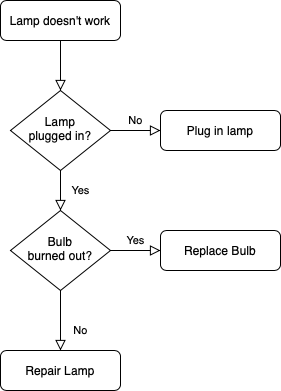
Before: To-Do App FlowChart.drawio.png, a diagram exported from draw.io (imaneya/clush-todo-frontend). Source tidied: cells renumbered, new cells last; positions are measured from the earlier drawing's top-left corner, leaving out a move shared by most shapes. The source it was exported from:
```xml
<mxGraphModel>
  <root>
    <mxCell id="0" />
    <mxCell id="1" parent="0" />
    <mxCell id="2" style="rounded=0;html=1;jettySize=auto;fontSize=11;endArrow=block;endFill=0;endSize=8;strokeWidth=1;shadow=0;labelBackgroundColor=none;edgeStyle=orthogonalEdgeStyle;" parent="1" edge="1" source="3" target="6">
      <mxGeometry relative="1" as="geometry" />
    </mxCell>
    <mxCell id="3" value="Lamp doesn't work" style="rounded=1;whiteSpace=wrap;html=1;fontSize=12;glass=0;strokeWidth=1;shadow=0;" parent="1" vertex="1">
      <mxGeometry width="120" height="40" as="geometry" />
    </mxCell>
    <mxCell id="4" value="Yes" style="rounded=0;html=1;jettySize=auto;fontSize=11;endArrow=block;endFill=0;endSize=8;strokeWidth=1;shadow=0;labelBackgroundColor=none;edgeStyle=orthogonalEdgeStyle;" parent="1" edge="1" source="6" target="10">
      <mxGeometry y="20" relative="1" as="geometry" />
    </mxCell>
    <mxCell id="5" value="No" style="edgeStyle=orthogonalEdgeStyle;rounded=0;html=1;jettySize=auto;fontSize=11;endArrow=block;endFill=0;endSize=8;strokeWidth=1;shadow=0;labelBackgroundColor=none;" parent="1" edge="1" source="6" target="7">
      <mxGeometry y="10" relative="1" as="geometry" />
    </mxCell>
    <mxCell id="6" value="Lamp&lt;br&gt;plugged in?" style="rhombus;whiteSpace=wrap;html=1;shadow=0;fontFamily=Helvetica;fontSize=12;align=center;strokeWidth=1;spacing=6;spacingTop=-4;" parent="1" vertex="1">
      <mxGeometry x="10" y="90" width="100" height="80" as="geometry" />
    </mxCell>
    <mxCell id="7" value="Plug in lamp" style="rounded=1;whiteSpace=wrap;html=1;fontSize=12;glass=0;strokeWidth=1;shadow=0;" parent="1" vertex="1">
      <mxGeometry x="160" y="110" width="120" height="40" as="geometry" />
    </mxCell>
    <mxCell id="8" value="No" style="rounded=0;html=1;jettySize=auto;fontSize=11;endArrow=block;endFill=0;endSize=8;strokeWidth=1;shadow=0;labelBackgroundColor=none;edgeStyle=orthogonalEdgeStyle;" parent="1" edge="1" source="10" target="11">
      <mxGeometry x="0.33" y="20" relative="1" as="geometry" />
    </mxCell>
    <mxCell id="9" value="Yes" style="edgeStyle=orthogonalEdgeStyle;rounded=0;html=1;jettySize=auto;fontSize=11;endArrow=block;endFill=0;endSize=8;strokeWidth=1;shadow=0;labelBackgroundColor=none;" parent="1" edge="1" source="10" target="12">
      <mxGeometry y="10" relative="1" as="geometry" />
    </mxCell>
    <mxCell id="10" value="Bulb&lt;br&gt;burned out?" style="rhombus;whiteSpace=wrap;html=1;shadow=0;fontFamily=Helvetica;fontSize=12;align=center;strokeWidth=1;spacing=6;spacingTop=-4;" parent="1" vertex="1">
      <mxGeometry x="10" y="210" width="100" height="80" as="geometry" />
    </mxCell>
    <mxCell id="11" value="Repair Lamp" style="rounded=1;whiteSpace=wrap;html=1;fontSize=12;glass=0;strokeWidth=1;shadow=0;" parent="1" vertex="1">
      <mxGeometry y="350" width="120" height="40" as="geometry" />
    </mxCell>
    <mxCell id="12" value="Replace Bulb" style="rounded=1;whiteSpace=wrap;html=1;fontSize=12;glass=0;strokeWidth=1;shadow=0;" parent="1" vertex="1">
      <mxGeometry x="160" y="230" width="120" height="40" as="geometry" />
    </mxCell>
  </root>
</mxGraphModel>
```
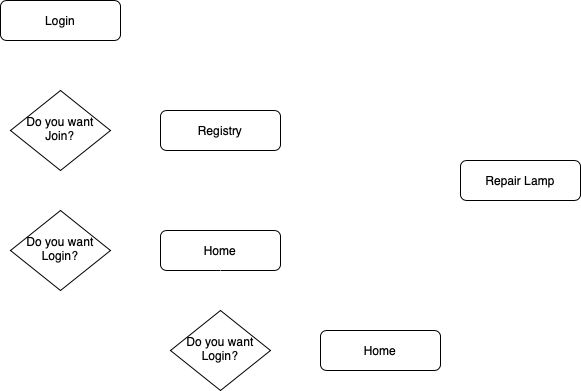
Above is the later version.

Diff of the diagram source:
```diff
@@ -1,39 +1,55 @@
-<mxGraphModel>
+<mxGraphModel background="#ffffff">
   <root>
     <mxCell id="0" />
     <mxCell id="1" parent="0" />
-    <mxCell id="2" style="rounded=0;html=1;jettySize=auto;fontSize=11;endArrow=block;endFill=0;endSize=8;strokeWidth=1;shadow=0;labelBackgroundColor=none;edgeStyle=orthogonalEdgeStyle;" parent="1" edge="1" source="3" target="6">
+    <mxCell id="2" style="rounded=0;html=1;jettySize=auto;fontSize=11;endArrow=block;endFill=0;endSize=8;strokeWidth=1;shadow=0;labelBackgroundColor=none;edgeStyle=orthogonalEdgeStyle;fontColor=#FFFFFF;strokeColor=#FFFFFF;" parent="1" edge="1" source="3" target="6">
       <mxGeometry relative="1" as="geometry" />
     </mxCell>
-    <mxCell id="3" value="Lamp doesn't work" style="rounded=1;whiteSpace=wrap;html=1;fontSize=12;glass=0;strokeWidth=1;shadow=0;" parent="1" vertex="1">
+    <mxCell id="3" value="Login" style="rounded=1;whiteSpace=wrap;html=1;fontSize=12;glass=0;strokeWidth=1;shadow=0;" parent="1" vertex="1">
       <mxGeometry width="120" height="40" as="geometry" />
     </mxCell>
-    <mxCell id="4" value="Yes" style="rounded=0;html=1;jettySize=auto;fontSize=11;endArrow=block;endFill=0;endSize=8;strokeWidth=1;shadow=0;labelBackgroundColor=none;edgeStyle=orthogonalEdgeStyle;" parent="1" edge="1" source="6" target="10">
+    <mxCell id="4" value="Yes" style="rounded=0;html=1;jettySize=auto;fontSize=11;endArrow=block;endFill=0;endSize=8;strokeWidth=1;shadow=0;labelBackgroundColor=none;edgeStyle=orthogonalEdgeStyle;fontColor=#FFFFFF;strokeColor=#FFFFFF;" parent="1" edge="1" source="6" target="10">
       <mxGeometry y="20" relative="1" as="geometry" />
     </mxCell>
-    <mxCell id="5" value="No" style="edgeStyle=orthogonalEdgeStyle;rounded=0;html=1;jettySize=auto;fontSize=11;endArrow=block;endFill=0;endSize=8;strokeWidth=1;shadow=0;labelBackgroundColor=none;" parent="1" edge="1" source="6" target="7">
+    <mxCell id="5" value="No" style="edgeStyle=orthogonalEdgeStyle;rounded=0;html=1;jettySize=auto;fontSize=11;endArrow=block;endFill=0;endSize=8;strokeWidth=1;shadow=0;labelBackgroundColor=none;fontColor=#FFFFFF;strokeColor=#FFFFFF;" parent="1" edge="1" source="6" target="7">
       <mxGeometry y="10" relative="1" as="geometry" />
     </mxCell>
-    <mxCell id="6" value="Lamp&lt;br&gt;plugged in?" style="rhombus;whiteSpace=wrap;html=1;shadow=0;fontFamily=Helvetica;fontSize=12;align=center;strokeWidth=1;spacing=6;spacingTop=-4;" parent="1" vertex="1">
+    <mxCell id="6" value="Do you want&lt;div&gt;Join?&lt;/div&gt;" style="rhombus;whiteSpace=wrap;html=1;shadow=0;fontFamily=Helvetica;fontSize=12;align=center;strokeWidth=1;spacing=6;spacingTop=-4;" parent="1" vertex="1">
       <mxGeometry x="10" y="90" width="100" height="80" as="geometry" />
     </mxCell>
-    <mxCell id="7" value="Plug in lamp" style="rounded=1;whiteSpace=wrap;html=1;fontSize=12;glass=0;strokeWidth=1;shadow=0;" parent="1" vertex="1">
+    <mxCell id="7" value="Registry" style="rounded=1;whiteSpace=wrap;html=1;fontSize=12;glass=0;strokeWidth=1;shadow=0;" parent="1" vertex="1">
       <mxGeometry x="160" y="110" width="120" height="40" as="geometry" />
     </mxCell>
-    <mxCell id="8" value="No" style="rounded=0;html=1;jettySize=auto;fontSize=11;endArrow=block;endFill=0;endSize=8;strokeWidth=1;shadow=0;labelBackgroundColor=none;edgeStyle=orthogonalEdgeStyle;" parent="1" edge="1" source="10" target="11">
-      <mxGeometry x="0.33" y="20" relative="1" as="geometry" />
+    <mxCell id="8" value="No" style="rounded=0;html=1;jettySize=auto;fontSize=11;endArrow=block;endFill=0;endSize=8;strokeWidth=1;shadow=0;labelBackgroundColor=none;edgeStyle=orthogonalEdgeStyle;fontColor=#FFFFFF;strokeColor=#FFFFFF;" parent="1" edge="1" target="11">
+      <mxGeometry x="0.33" y="20" relative="1" as="geometry">
+        <mxPoint x="520" y="100" as="sourcePoint" />
+      </mxGeometry>
     </mxCell>
-    <mxCell id="9" value="Yes" style="edgeStyle=orthogonalEdgeStyle;rounded=0;html=1;jettySize=auto;fontSize=11;endArrow=block;endFill=0;endSize=8;strokeWidth=1;shadow=0;labelBackgroundColor=none;" parent="1" edge="1" source="10" target="12">
+    <mxCell id="9" value="Yes" style="edgeStyle=orthogonalEdgeStyle;rounded=0;html=1;jettySize=auto;fontSize=11;endArrow=block;endFill=0;endSize=8;strokeWidth=1;shadow=0;labelBackgroundColor=none;fontColor=#FFFFFF;strokeColor=#FFFFFF;" parent="1" edge="1" source="10" target="12">
       <mxGeometry y="10" relative="1" as="geometry" />
     </mxCell>
-    <mxCell id="10" value="Bulb&lt;br&gt;burned out?" style="rhombus;whiteSpace=wrap;html=1;shadow=0;fontFamily=Helvetica;fontSize=12;align=center;strokeWidth=1;spacing=6;spacingTop=-4;" parent="1" vertex="1">
+    <mxCell id="10" value="Do you want&lt;div&gt;Login?&lt;/div&gt;" style="rhombus;whiteSpace=wrap;html=1;shadow=0;fontFamily=Helvetica;fontSize=12;align=center;strokeWidth=1;spacing=6;spacingTop=-4;" parent="1" vertex="1">
       <mxGeometry x="10" y="210" width="100" height="80" as="geometry" />
     </mxCell>
     <mxCell id="11" value="Repair Lamp" style="rounded=1;whiteSpace=wrap;html=1;fontSize=12;glass=0;strokeWidth=1;shadow=0;" parent="1" vertex="1">
-      <mxGeometry y="350" width="120" height="40" as="geometry" />
+      <mxGeometry x="460" y="160" width="120" height="40" as="geometry" />
     </mxCell>
-    <mxCell id="12" value="Replace Bulb" style="rounded=1;whiteSpace=wrap;html=1;fontSize=12;glass=0;strokeWidth=1;shadow=0;" parent="1" vertex="1">
+    <mxCell id="12" value="Home" style="rounded=1;whiteSpace=wrap;html=1;fontSize=12;glass=0;strokeWidth=1;shadow=0;" parent="1" vertex="1">
       <mxGeometry x="160" y="230" width="120" height="40" as="geometry" />
     </mxCell>
+    <mxCell id="13" value="Yes" style="rounded=0;html=1;jettySize=auto;fontSize=11;endArrow=block;endFill=0;endSize=8;strokeWidth=1;shadow=0;labelBackgroundColor=none;edgeStyle=orthogonalEdgeStyle;fontColor=#FFFFFF;strokeColor=#FFFFFF;" parent="1" edge="1" target="15">
+      <mxGeometry y="20" relative="1" as="geometry">
+        <mxPoint x="220" y="270" as="sourcePoint" />
+      </mxGeometry>
+    </mxCell>
+    <mxCell id="14" value="Yes" style="edgeStyle=orthogonalEdgeStyle;rounded=0;html=1;jettySize=auto;fontSize=11;endArrow=block;endFill=0;endSize=8;strokeWidth=1;shadow=0;labelBackgroundColor=none;fontColor=#FFFFFF;strokeColor=#FFFFFF;" parent="1" edge="1" source="15" target="16">
+      <mxGeometry y="10" relative="1" as="geometry" />
+    </mxCell>
+    <mxCell id="15" value="Do you want&lt;div&gt;Login?&lt;/div&gt;" style="rhombus;whiteSpace=wrap;html=1;shadow=0;fontFamily=Helvetica;fontSize=12;align=center;strokeWidth=1;spacing=6;spacingTop=-4;" parent="1" vertex="1">
+      <mxGeometry x="170" y="310" width="100" height="80" as="geometry" />
+    </mxCell>
+    <mxCell id="16" value="Home" style="rounded=1;whiteSpace=wrap;html=1;fontSize=12;glass=0;strokeWidth=1;shadow=0;" parent="1" vertex="1">
+      <mxGeometry x="320" y="330" width="120" height="40" as="geometry" />
+    </mxCell>
   </root>
 </mxGraphModel>
```
